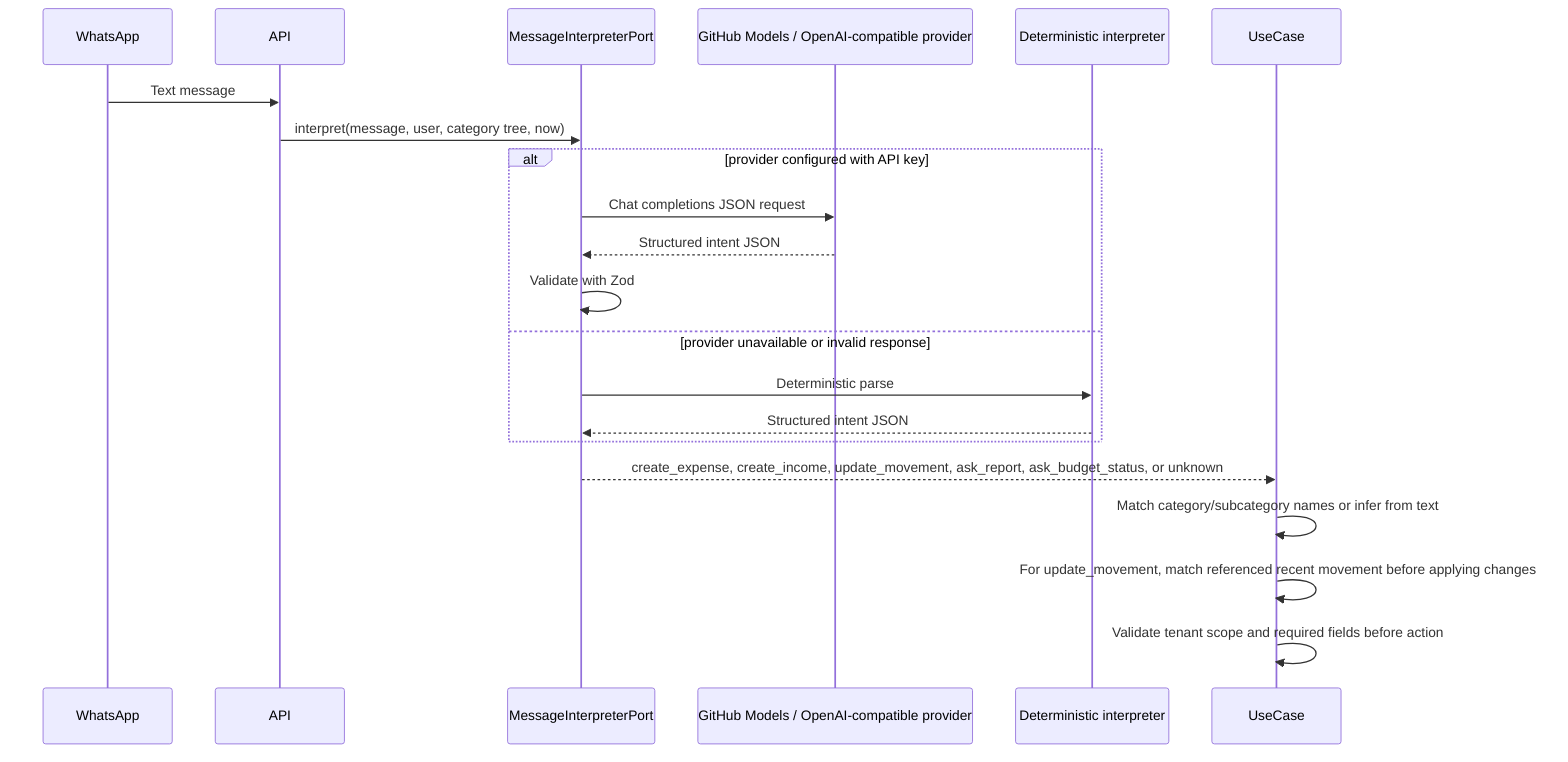
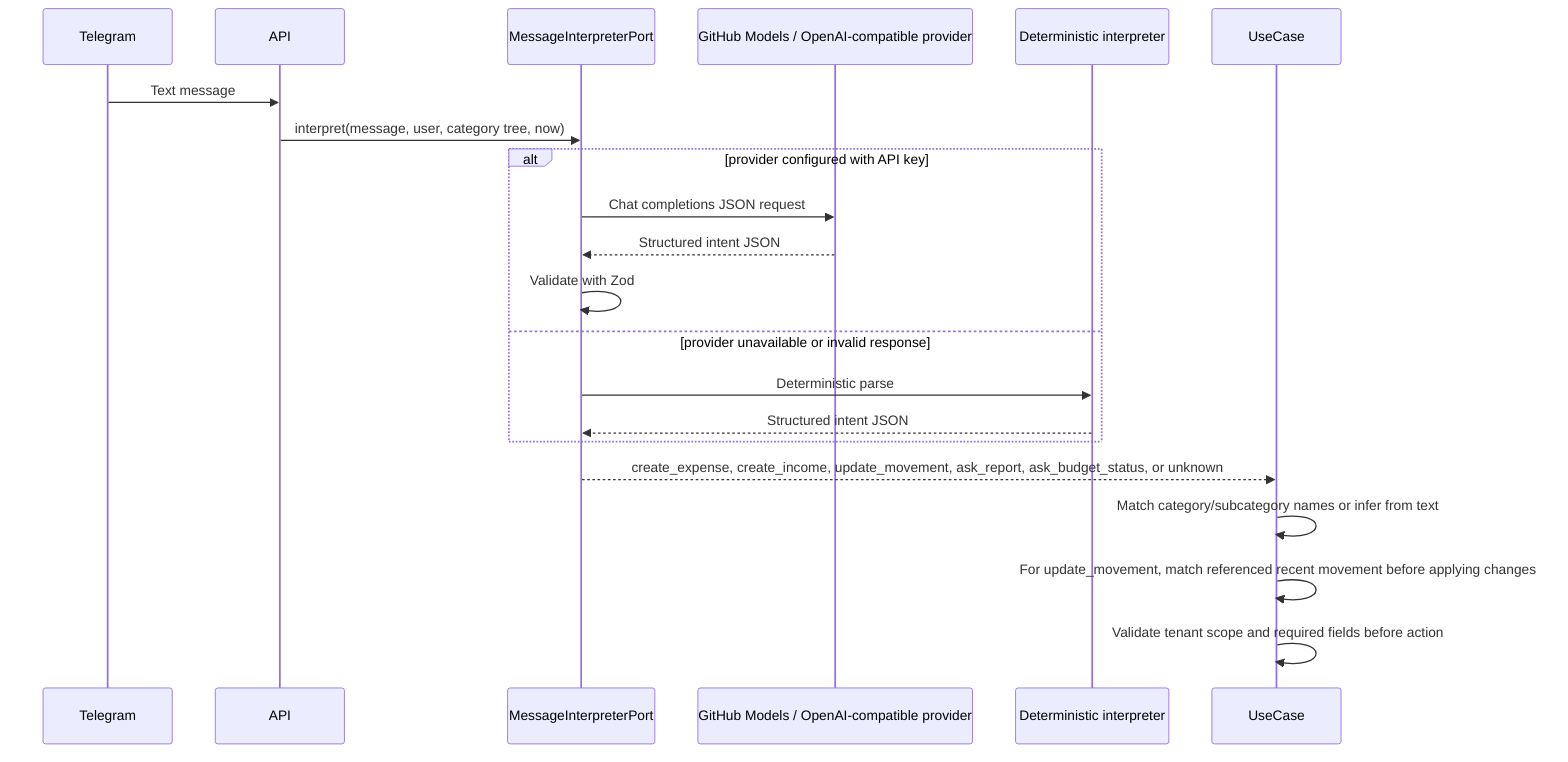
sequenceDiagram
-   participant WhatsApp
+   participant Telegram
  participant API
  participant Port as MessageInterpreterPort
  participant LLM as GitHub Models / OpenAI-compatible provider
  participant Fallback as Deterministic interpreter
  participant UseCase
-   WhatsApp->>API: Text message
+   Telegram->>API: Text message
  API->>Port: interpret(message, user, category tree, now)
  alt provider configured with API key
    Port->>LLM: Chat completions JSON request
    LLM-->>Port: Structured intent JSON
    Port->>Port: Validate with Zod
  else provider unavailable or invalid response
    Port->>Fallback: Deterministic parse
    Fallback-->>Port: Structured intent JSON
  end
  Port-->>UseCase: create_expense, create_income, update_movement, ask_report, ask_budget_status, or unknown
  UseCase->>UseCase: Match category/subcategory names or infer from text
  UseCase->>UseCase: For update_movement, match referenced recent movement before applying changes
  UseCase->>UseCase: Validate tenant scope and required fields before action
